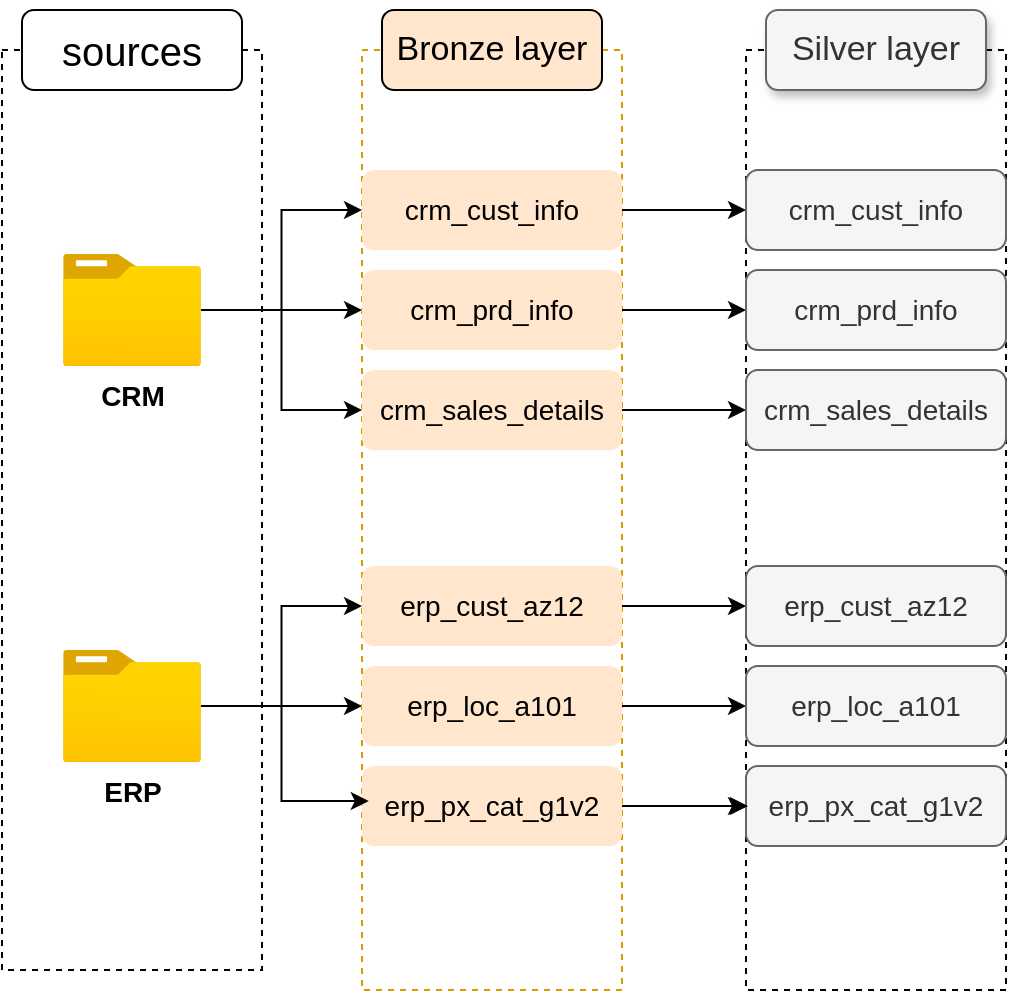
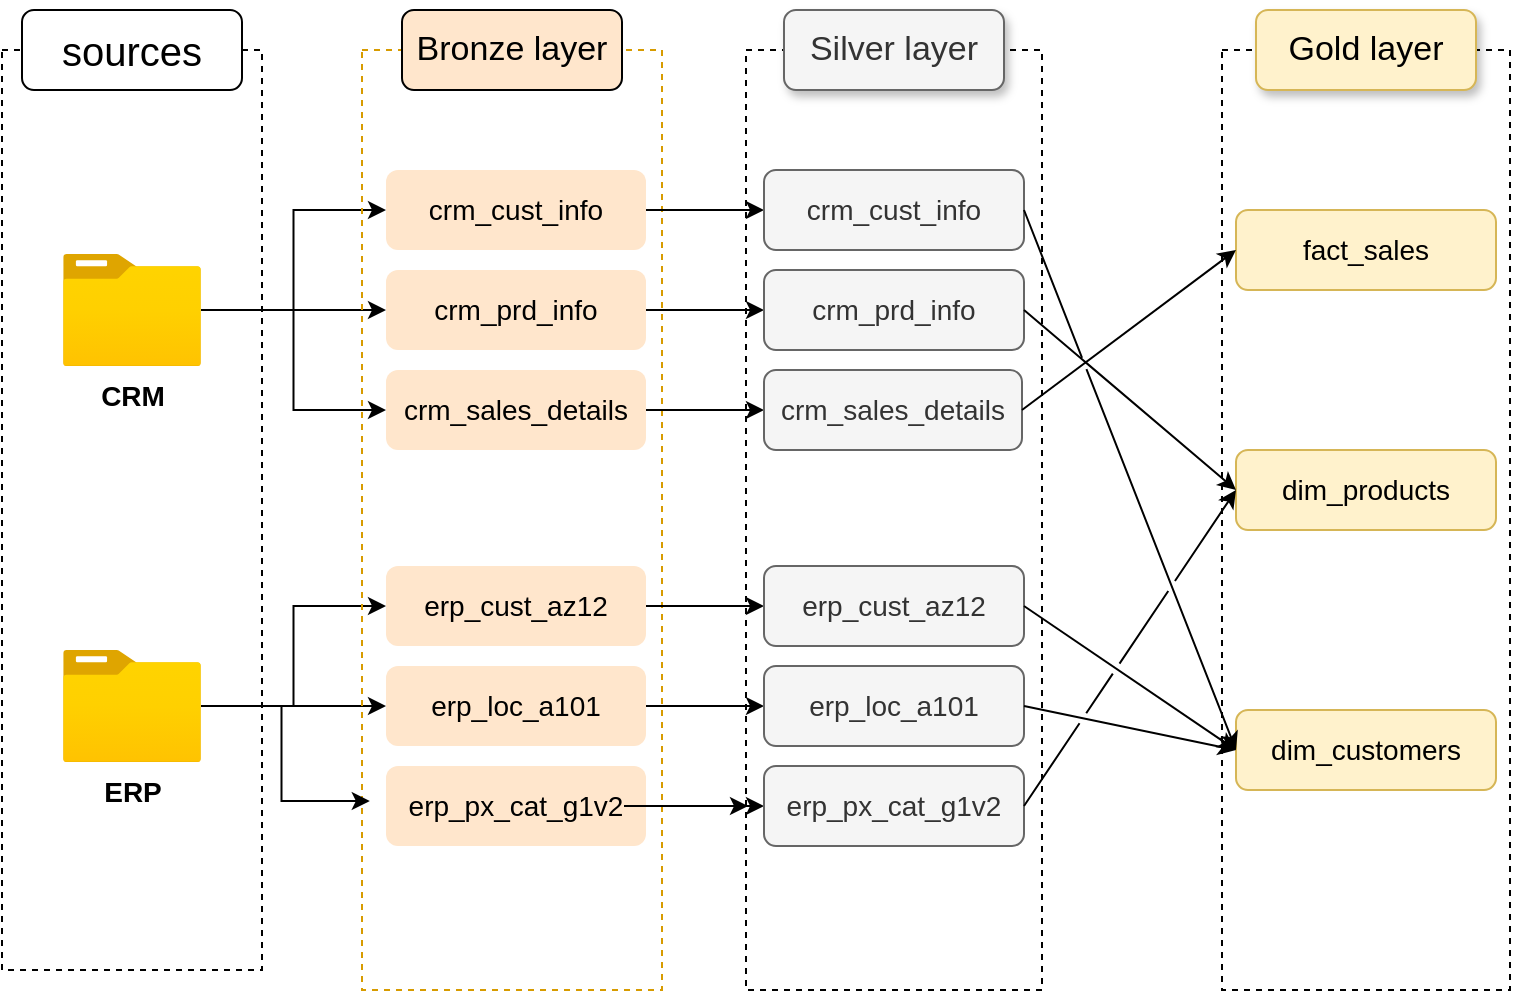
<mxfile host="Electron">
  <diagram name="Page-1" id="suNd0YW0hI6biOiqUX2v">
-     <mxGraphModel dx="864" dy="707" grid="1" gridSize="10" guides="1" tooltips="1" connect="1" arrows="1" fold="1" page="1" pageScale="1" pageWidth="850" pageHeight="1100" math="0" shadow="0">
+     <mxGraphModel dx="878" dy="722" grid="1" gridSize="10" guides="1" tooltips="1" connect="1" arrows="1" fold="1" page="1" pageScale="1" pageWidth="850" pageHeight="1100" math="0" shadow="0">
      <root>
        <mxCell id="0" />
        <mxCell id="1" parent="0" />
        <mxCell id="YwpsaxYMbZgfW2QOFWQZ-1" parent="1" style="rounded=0;whiteSpace=wrap;html=1;fillColor=none;dashed=1;" value="" vertex="1">
          <mxGeometry height="460" width="130" x="20" y="250" as="geometry" />
        </mxCell>
        <mxCell id="YwpsaxYMbZgfW2QOFWQZ-2" parent="1" style="rounded=1;whiteSpace=wrap;html=1;fontSize=20;" value="sources" vertex="1">
          <mxGeometry height="40" width="110" x="30" y="230" as="geometry" />
        </mxCell>
        <mxCell id="YwpsaxYMbZgfW2QOFWQZ-14" edge="1" parent="1" source="YwpsaxYMbZgfW2QOFWQZ-3" style="edgeStyle=orthogonalEdgeStyle;rounded=0;orthogonalLoop=1;jettySize=auto;html=1;entryX=0;entryY=0.5;entryDx=0;entryDy=0;" target="YwpsaxYMbZgfW2QOFWQZ-11">
          <mxGeometry relative="1" as="geometry" />
        </mxCell>
        <mxCell id="YwpsaxYMbZgfW2QOFWQZ-15" edge="1" parent="1" source="YwpsaxYMbZgfW2QOFWQZ-3" style="edgeStyle=orthogonalEdgeStyle;rounded=0;orthogonalLoop=1;jettySize=auto;html=1;" target="YwpsaxYMbZgfW2QOFWQZ-13">
          <mxGeometry relative="1" as="geometry" />
        </mxCell>
        <mxCell id="YwpsaxYMbZgfW2QOFWQZ-16" edge="1" parent="1" source="YwpsaxYMbZgfW2QOFWQZ-3" style="edgeStyle=orthogonalEdgeStyle;rounded=0;orthogonalLoop=1;jettySize=auto;html=1;entryX=0;entryY=0.5;entryDx=0;entryDy=0;" target="YwpsaxYMbZgfW2QOFWQZ-12">
          <mxGeometry relative="1" as="geometry" />
        </mxCell>
        <mxCell id="YwpsaxYMbZgfW2QOFWQZ-3" parent="1" style="image;aspect=fixed;html=1;points=[];align=center;fontSize=14;image=img/lib/azure2/general/Folder_Blank.svg;fontStyle=1" value="CRM" vertex="1">
          <mxGeometry height="56.00000000000001" width="69" x="50.5" y="352" as="geometry" />
        </mxCell>
        <mxCell id="YwpsaxYMbZgfW2QOFWQZ-20" edge="1" parent="1" source="YwpsaxYMbZgfW2QOFWQZ-4" style="edgeStyle=orthogonalEdgeStyle;rounded=0;orthogonalLoop=1;jettySize=auto;html=1;" target="YwpsaxYMbZgfW2QOFWQZ-18">
          <mxGeometry relative="1" as="geometry" />
        </mxCell>
        <mxCell id="YwpsaxYMbZgfW2QOFWQZ-21" edge="1" parent="1" source="YwpsaxYMbZgfW2QOFWQZ-4" style="edgeStyle=orthogonalEdgeStyle;rounded=0;orthogonalLoop=1;jettySize=auto;html=1;entryX=0;entryY=0.5;entryDx=0;entryDy=0;" target="YwpsaxYMbZgfW2QOFWQZ-19">
          <mxGeometry relative="1" as="geometry" />
        </mxCell>
        <mxCell id="YwpsaxYMbZgfW2QOFWQZ-4" parent="1" style="image;aspect=fixed;html=1;points=[];align=center;fontSize=14;image=img/lib/azure2/general/Folder_Blank.svg;fontStyle=1" value="ERP" vertex="1">
          <mxGeometry height="56.00000000000001" width="69" x="50.5" y="550" as="geometry" />
        </mxCell>
        <mxCell id="YwpsaxYMbZgfW2QOFWQZ-7" parent="1" style="rounded=0;whiteSpace=wrap;html=1;fillColor=none;dashed=1;strokeColor=#d79b00;" value="" vertex="1">
-           <mxGeometry height="470" width="130" x="200" y="250" as="geometry" />
+           <mxGeometry height="470" width="150" x="200" y="250" as="geometry" />
        </mxCell>
        <mxCell id="YwpsaxYMbZgfW2QOFWQZ-8" parent="1" style="rounded=1;whiteSpace=wrap;html=1;fillColor=#ffe6cc;strokeColor=default;fontSize=17;" value="Bronze layer" vertex="1">
-           <mxGeometry height="40" width="110" x="210" y="230" as="geometry" />
+           <mxGeometry height="40" width="110" x="220" y="230" as="geometry" />
        </mxCell>
        <mxCell id="KhCXUYR4V5OZIHYmFzIM-9" edge="1" parent="1" source="YwpsaxYMbZgfW2QOFWQZ-11" style="edgeStyle=orthogonalEdgeStyle;rounded=0;orthogonalLoop=1;jettySize=auto;html=1;exitX=1;exitY=0.5;exitDx=0;exitDy=0;" target="KhCXUYR4V5OZIHYmFzIM-3">
          <mxGeometry relative="1" as="geometry" />
        </mxCell>
        <mxCell id="YwpsaxYMbZgfW2QOFWQZ-11" parent="1" style="rounded=1;whiteSpace=wrap;html=1;fillColor=#ffe6cc;strokeColor=none;fontSize=14;fontFamily=Helvetica;fontColor=default;fontStyle=0;align=center;verticalAlign=middle;" value="crm_cust_info" vertex="1">
-           <mxGeometry height="40" width="130" x="200" y="310" as="geometry" />
+           <mxGeometry height="40" width="130" x="212" y="310" as="geometry" />
        </mxCell>
        <mxCell id="KhCXUYR4V5OZIHYmFzIM-11" edge="1" parent="1" source="YwpsaxYMbZgfW2QOFWQZ-12" style="edgeStyle=orthogonalEdgeStyle;rounded=0;orthogonalLoop=1;jettySize=auto;html=1;exitX=1;exitY=0.5;exitDx=0;exitDy=0;" target="KhCXUYR4V5OZIHYmFzIM-5">
          <mxGeometry relative="1" as="geometry" />
        </mxCell>
        <mxCell id="YwpsaxYMbZgfW2QOFWQZ-12" parent="1" style="rounded=1;whiteSpace=wrap;html=1;fillColor=#ffe6cc;strokeColor=none;fontSize=14;fontFamily=Helvetica;fontColor=default;fontStyle=0;align=center;verticalAlign=middle;" value="crm_sales_details" vertex="1">
-           <mxGeometry height="40" width="130" x="200" y="410" as="geometry" />
+           <mxGeometry height="40" width="130" x="212" y="410" as="geometry" />
        </mxCell>
        <mxCell id="KhCXUYR4V5OZIHYmFzIM-10" edge="1" parent="1" source="YwpsaxYMbZgfW2QOFWQZ-13" style="edgeStyle=orthogonalEdgeStyle;rounded=0;orthogonalLoop=1;jettySize=auto;html=1;" target="KhCXUYR4V5OZIHYmFzIM-4">
          <mxGeometry relative="1" as="geometry" />
        </mxCell>
        <mxCell id="YwpsaxYMbZgfW2QOFWQZ-13" parent="1" style="rounded=1;whiteSpace=wrap;html=1;fillColor=#ffe6cc;strokeColor=none;fontSize=14;fontFamily=Helvetica;fontColor=default;fontStyle=0;align=center;verticalAlign=middle;" value="crm_prd_info" vertex="1">
-           <mxGeometry height="40" width="130" x="200" y="360" as="geometry" />
+           <mxGeometry height="40" width="130" x="212" y="360" as="geometry" />
        </mxCell>
        <mxCell id="KhCXUYR4V5OZIHYmFzIM-19" edge="1" parent="1" source="YwpsaxYMbZgfW2QOFWQZ-17" style="edgeStyle=orthogonalEdgeStyle;rounded=0;orthogonalLoop=1;jettySize=auto;html=1;" target="KhCXUYR4V5OZIHYmFzIM-8" value="">
          <mxGeometry relative="1" as="geometry" />
        </mxCell>
        <mxCell id="YwpsaxYMbZgfW2QOFWQZ-17" parent="1" style="rounded=1;whiteSpace=wrap;html=1;fillColor=#ffe6cc;strokeColor=none;fontSize=14;fontFamily=Helvetica;fontColor=default;fontStyle=0;align=center;verticalAlign=middle;" value="erp_px_cat_g1v2" vertex="1">
-           <mxGeometry height="40" width="130" x="200" y="608" as="geometry" />
+           <mxGeometry height="40" width="130" x="212" y="608" as="geometry" />
        </mxCell>
        <mxCell id="KhCXUYR4V5OZIHYmFzIM-13" edge="1" parent="1" source="YwpsaxYMbZgfW2QOFWQZ-18" style="edgeStyle=orthogonalEdgeStyle;rounded=0;orthogonalLoop=1;jettySize=auto;html=1;exitX=1;exitY=0.5;exitDx=0;exitDy=0;" target="KhCXUYR4V5OZIHYmFzIM-7">
          <mxGeometry relative="1" as="geometry" />
        </mxCell>
        <mxCell id="YwpsaxYMbZgfW2QOFWQZ-18" parent="1" style="rounded=1;whiteSpace=wrap;html=1;fillColor=#ffe6cc;strokeColor=none;fontSize=14;fontFamily=Helvetica;fontColor=default;fontStyle=0;align=center;verticalAlign=middle;" value="erp_loc_a101" vertex="1">
-           <mxGeometry height="40" width="130" x="200" y="558" as="geometry" />
+           <mxGeometry height="40" width="130" x="212" y="558" as="geometry" />
        </mxCell>
        <mxCell id="KhCXUYR4V5OZIHYmFzIM-12" edge="1" parent="1" source="YwpsaxYMbZgfW2QOFWQZ-19" style="edgeStyle=orthogonalEdgeStyle;rounded=0;orthogonalLoop=1;jettySize=auto;html=1;" target="KhCXUYR4V5OZIHYmFzIM-6">
          <mxGeometry relative="1" as="geometry" />
        </mxCell>
        <mxCell id="YwpsaxYMbZgfW2QOFWQZ-19" parent="1" style="rounded=1;whiteSpace=wrap;html=1;fillColor=#ffe6cc;strokeColor=none;fontSize=14;fontFamily=Helvetica;fontColor=default;fontStyle=0;align=center;verticalAlign=middle;" value="erp_cust_az12" vertex="1">
-           <mxGeometry height="40" width="130" x="200" y="508" as="geometry" />
+           <mxGeometry height="40" width="130" x="212" y="508" as="geometry" />
        </mxCell>
        <mxCell id="YwpsaxYMbZgfW2QOFWQZ-22" edge="1" parent="1" source="YwpsaxYMbZgfW2QOFWQZ-4" style="edgeStyle=orthogonalEdgeStyle;rounded=0;orthogonalLoop=1;jettySize=auto;html=1;entryX=0.026;entryY=0.799;entryDx=0;entryDy=0;entryPerimeter=0;" target="YwpsaxYMbZgfW2QOFWQZ-7">
          <mxGeometry relative="1" as="geometry" />
        </mxCell>
        <mxCell id="KhCXUYR4V5OZIHYmFzIM-2" parent="1" style="rounded=0;whiteSpace=wrap;html=1;fillColor=none;dashed=1;strokeColor=#000000;" value="" vertex="1">
-           <mxGeometry height="470" width="130" x="392" y="250" as="geometry" />
+           <mxGeometry height="470" width="148" x="392" y="250" as="geometry" />
        </mxCell>
        <mxCell id="KhCXUYR4V5OZIHYmFzIM-3" parent="1" style="rounded=1;whiteSpace=wrap;html=1;fillColor=#f5f5f5;strokeColor=#666666;fontSize=14;fontFamily=Helvetica;fontColor=#333333;fontStyle=0;align=center;verticalAlign=middle;" value="crm_cust_info" vertex="1">
-           <mxGeometry height="40" width="130" x="392" y="310" as="geometry" />
+           <mxGeometry height="40" width="130" x="401" y="310" as="geometry" />
        </mxCell>
        <mxCell id="KhCXUYR4V5OZIHYmFzIM-4" parent="1" style="rounded=1;whiteSpace=wrap;html=1;fillColor=#f5f5f5;strokeColor=#666666;fontSize=14;fontFamily=Helvetica;fontColor=#333333;fontStyle=0;align=center;verticalAlign=middle;" value="crm_prd_info" vertex="1">
-           <mxGeometry height="40" width="130" x="392" y="360" as="geometry" />
+           <mxGeometry height="40" width="130" x="401" y="360" as="geometry" />
        </mxCell>
        <mxCell id="KhCXUYR4V5OZIHYmFzIM-5" parent="1" style="rounded=1;whiteSpace=wrap;html=1;fillColor=#f5f5f5;strokeColor=#666666;fontSize=14;fontFamily=Helvetica;fontColor=#333333;fontStyle=0;align=center;verticalAlign=middle;" value="crm_sales_details" vertex="1">
-           <mxGeometry height="40" width="130" x="392" y="410" as="geometry" />
+           <mxGeometry height="40" width="129" x="401" y="410" as="geometry" />
        </mxCell>
        <mxCell id="KhCXUYR4V5OZIHYmFzIM-6" parent="1" style="rounded=1;whiteSpace=wrap;html=1;fillColor=#f5f5f5;strokeColor=#666666;fontSize=14;fontFamily=Helvetica;fontColor=#333333;fontStyle=0;align=center;verticalAlign=middle;" value="erp_cust_az12" vertex="1">
-           <mxGeometry height="40" width="130" x="392" y="508" as="geometry" />
+           <mxGeometry height="40" width="130" x="401" y="508" as="geometry" />
        </mxCell>
        <mxCell id="KhCXUYR4V5OZIHYmFzIM-7" parent="1" style="rounded=1;whiteSpace=wrap;html=1;fillColor=#f5f5f5;strokeColor=#666666;fontSize=14;fontFamily=Helvetica;fontColor=#333333;fontStyle=0;align=center;verticalAlign=middle;" value="erp_loc_a101" vertex="1">
-           <mxGeometry height="40" width="130" x="392" y="558" as="geometry" />
+           <mxGeometry height="40" width="130" x="401" y="558" as="geometry" />
        </mxCell>
        <mxCell id="KhCXUYR4V5OZIHYmFzIM-8" parent="1" style="rounded=1;whiteSpace=wrap;html=1;fillColor=#f5f5f5;strokeColor=#666666;fontSize=14;fontFamily=Helvetica;fontColor=#333333;fontStyle=0;align=center;verticalAlign=middle;" value="erp_px_cat_g1v2" vertex="1">
-           <mxGeometry height="40" width="130" x="392" y="608" as="geometry" />
+           <mxGeometry height="40" width="130" x="401" y="608" as="geometry" />
        </mxCell>
        <mxCell id="KhCXUYR4V5OZIHYmFzIM-1" parent="1" style="rounded=1;whiteSpace=wrap;html=1;fillColor=#f5f5f5;strokeColor=#666666;fontSize=17;fontColor=#333333;shadow=1;" value="Silver layer" vertex="1">
-           <mxGeometry height="40" width="110" x="402" y="230" as="geometry" />
+           <mxGeometry height="40" width="110" x="411" y="230" as="geometry" />
        </mxCell>
        <mxCell id="KhCXUYR4V5OZIHYmFzIM-18" edge="1" parent="1" style="edgeStyle=orthogonalEdgeStyle;rounded=0;orthogonalLoop=1;jettySize=auto;html=1;exitX=1;exitY=0.5;exitDx=0;exitDy=0;">
          <mxGeometry relative="1" as="geometry">
            <mxPoint x="331" y="628" as="sourcePoint" />
            <mxPoint x="393" y="628" as="targetPoint" />
          </mxGeometry>
        </mxCell>
+         <mxCell id="makTJgOAJ7VpE5fi-PJz-1" parent="1" style="rounded=0;whiteSpace=wrap;html=1;fillColor=none;dashed=1;strokeColor=#000000;" value="" vertex="1">
+           <mxGeometry height="470" width="144" x="630" y="250" as="geometry" />
+         </mxCell>
+         <mxCell id="makTJgOAJ7VpE5fi-PJz-2" parent="1" style="rounded=1;whiteSpace=wrap;html=1;fillColor=#fff2cc;strokeColor=#d6b656;fontSize=14;fontFamily=Helvetica;fontStyle=0;align=center;verticalAlign=middle;" value="fact_sales" vertex="1">
+           <mxGeometry height="40" width="130" x="637" y="330" as="geometry" />
+         </mxCell>
+         <mxCell id="makTJgOAJ7VpE5fi-PJz-3" parent="1" style="rounded=1;whiteSpace=wrap;html=1;fillColor=#fff2cc;strokeColor=#d6b656;fontSize=14;fontFamily=Helvetica;fontStyle=0;align=center;verticalAlign=middle;" value="dim_customers" vertex="1">
+           <mxGeometry height="40" width="130" x="637" y="580" as="geometry" />
+         </mxCell>
+         <mxCell id="makTJgOAJ7VpE5fi-PJz-4" parent="1" style="rounded=1;whiteSpace=wrap;html=1;fillColor=#fff2cc;strokeColor=#d6b656;fontSize=14;fontFamily=Helvetica;fontStyle=0;align=center;verticalAlign=middle;" value="dim_products" vertex="1">
+           <mxGeometry height="40" width="130" x="637" y="450" as="geometry" />
+         </mxCell>
+         <mxCell id="makTJgOAJ7VpE5fi-PJz-8" parent="1" style="rounded=1;whiteSpace=wrap;html=1;fillColor=#fff2cc;strokeColor=#d6b656;fontSize=17;shadow=1;" value="Gold layer" vertex="1">
+           <mxGeometry height="40" width="110" x="647" y="230" as="geometry" />
+         </mxCell>
+         <mxCell id="makTJgOAJ7VpE5fi-PJz-15" edge="1" parent="1" source="KhCXUYR4V5OZIHYmFzIM-5" style="endArrow=classic;html=1;rounded=0;entryX=0;entryY=0.5;entryDx=0;entryDy=0;exitX=1;exitY=0.5;exitDx=0;exitDy=0;jumpStyle=gap;" target="makTJgOAJ7VpE5fi-PJz-2" value="">
+           <mxGeometry height="50" relative="1" width="50" as="geometry">
+             <mxPoint x="440" y="450" as="sourcePoint" />
+             <mxPoint x="490" y="400" as="targetPoint" />
+           </mxGeometry>
+         </mxCell>
+         <mxCell id="makTJgOAJ7VpE5fi-PJz-16" edge="1" parent="1" source="KhCXUYR4V5OZIHYmFzIM-3" style="endArrow=classic;html=1;rounded=0;entryX=0;entryY=0.5;entryDx=0;entryDy=0;exitX=1;exitY=0.5;exitDx=0;exitDy=0;jumpStyle=gap;" target="makTJgOAJ7VpE5fi-PJz-3" value="">
+           <mxGeometry height="50" relative="1" width="50" as="geometry">
+             <mxPoint x="540" y="440" as="sourcePoint" />
+             <mxPoint x="647" y="380" as="targetPoint" />
+           </mxGeometry>
+         </mxCell>
+         <mxCell id="makTJgOAJ7VpE5fi-PJz-17" edge="1" parent="1" source="KhCXUYR4V5OZIHYmFzIM-4" style="endArrow=classic;html=1;rounded=0;entryX=0;entryY=0.5;entryDx=0;entryDy=0;exitX=1;exitY=0.5;exitDx=0;exitDy=0;jumpStyle=gap;" target="makTJgOAJ7VpE5fi-PJz-4" value="">
+           <mxGeometry height="50" relative="1" width="50" as="geometry">
+             <mxPoint x="525" y="340" as="sourcePoint" />
+             <mxPoint x="631" y="480" as="targetPoint" />
+           </mxGeometry>
+         </mxCell>
+         <mxCell id="makTJgOAJ7VpE5fi-PJz-18" edge="1" parent="1" source="KhCXUYR4V5OZIHYmFzIM-6" style="endArrow=classic;html=1;rounded=0;entryX=0;entryY=0.5;entryDx=0;entryDy=0;exitX=1;exitY=0.5;exitDx=0;exitDy=0;jumpStyle=gap;" target="makTJgOAJ7VpE5fi-PJz-3" value="">
+           <mxGeometry height="50" relative="1" width="50" as="geometry">
+             <mxPoint x="541" y="390" as="sourcePoint" />
+             <mxPoint x="647" y="620" as="targetPoint" />
+           </mxGeometry>
+         </mxCell>
+         <mxCell id="makTJgOAJ7VpE5fi-PJz-19" edge="1" parent="1" source="KhCXUYR4V5OZIHYmFzIM-7" style="endArrow=classic;html=1;rounded=0;entryX=0;entryY=0.5;entryDx=0;entryDy=0;exitX=1;exitY=0.5;exitDx=0;exitDy=0;jumpStyle=gap;" target="makTJgOAJ7VpE5fi-PJz-3" value="">
+           <mxGeometry height="50" relative="1" width="50" as="geometry">
+             <mxPoint x="541" y="538" as="sourcePoint" />
+             <mxPoint x="647" y="480" as="targetPoint" />
+           </mxGeometry>
+         </mxCell>
+         <mxCell id="makTJgOAJ7VpE5fi-PJz-20" edge="1" parent="1" source="KhCXUYR4V5OZIHYmFzIM-8" style="endArrow=classic;html=1;rounded=0;entryX=0;entryY=0.5;entryDx=0;entryDy=0;exitX=1;exitY=0.5;exitDx=0;exitDy=0;jumpStyle=gap;" target="makTJgOAJ7VpE5fi-PJz-4" value="">
+           <mxGeometry height="50" relative="1" width="50" as="geometry">
+             <mxPoint x="541" y="588" as="sourcePoint" />
+             <mxPoint x="647" y="480" as="targetPoint" />
+           </mxGeometry>
+         </mxCell>
      </root>
    </mxGraphModel>
  </diagram>
</mxfile>
